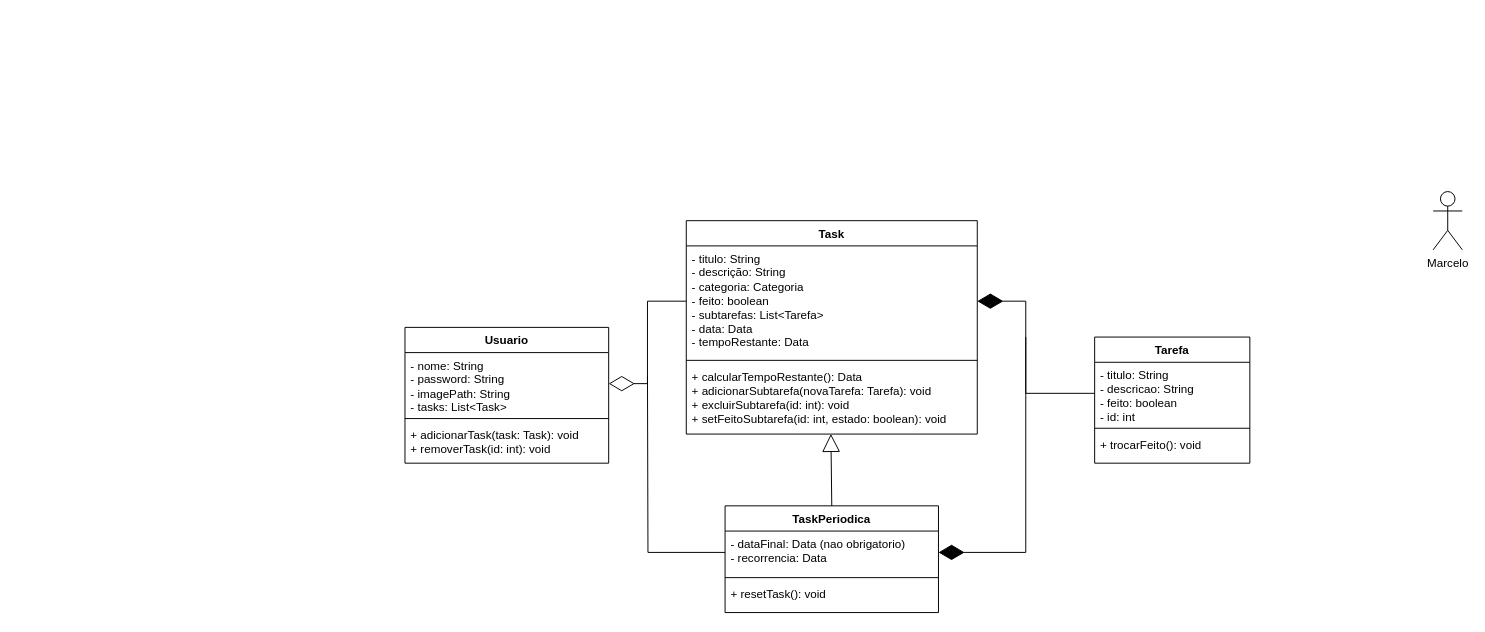
This is Diagrama UML - TaskIt.drawio from yaesetti/task-it, a draw.io file, before an edit. Source tidied: cells renumbered, new cells numbered last; positions are measured from the earlier drawing's top-left corner, leaving out a move shared by most shapes. Both pictures are drawn from the tidied source at 97%, with x=0, y=0 at pixel (404, 191).
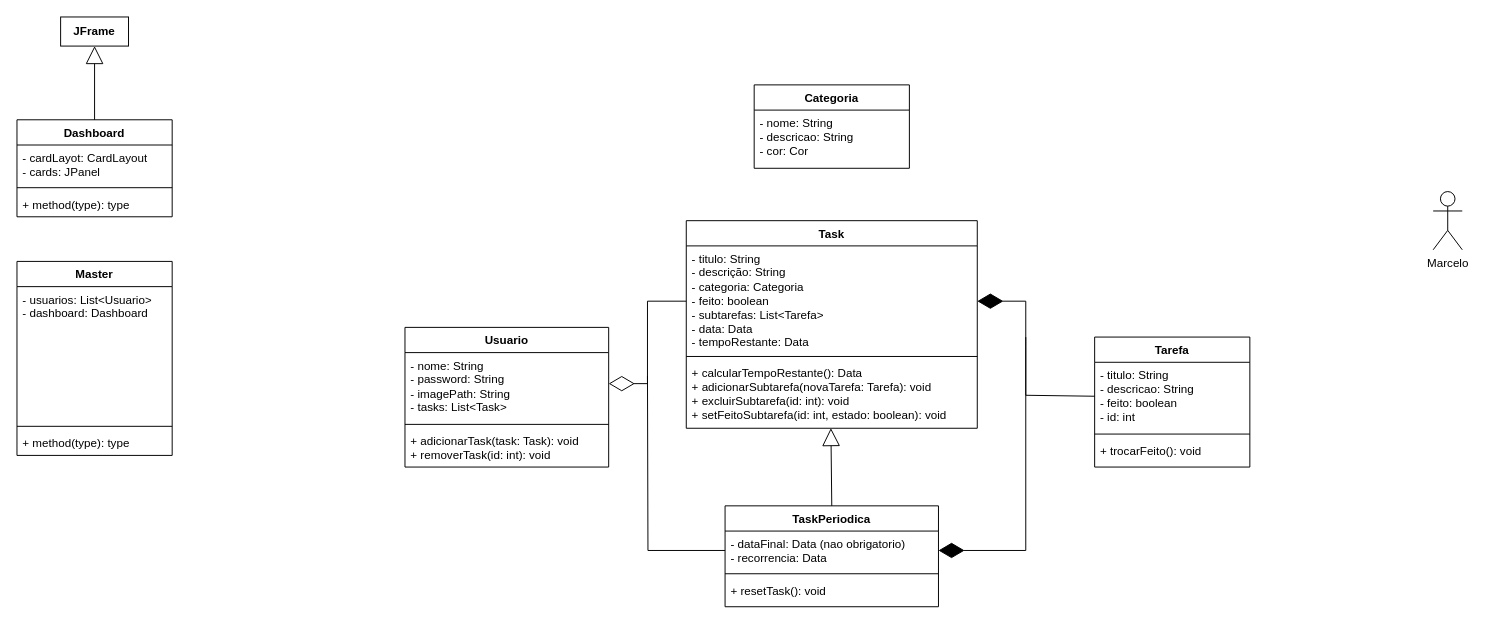
The same page after the edit.

Commit message:
Adicionando Dashboard e Master

Change to the diagram source:
```diff
@@
     <mxCell id="2" value="Task" style="swimlane;fontStyle=1;align=center;verticalAlign=top;horizontal=1;startSize=26;whiteSpace=wrap;html=1;" parent="1" vertex="1">
-      <mxGeometry x="290" y="30" width="300" height="220" as="geometry" />
+      <mxGeometry x="290" y="30" width="300" height="214" as="geometry" />
     </mxCell>
     <mxCell id="3" value="- titulo: String&lt;div&gt;- descrição: String&lt;/div&gt;&lt;div&gt;- categoria: Categoria&lt;/div&gt;&lt;div&gt;- feito: boolean&lt;/div&gt;&lt;div&gt;- subtarefas: List&amp;lt;Tarefa&amp;gt;&lt;/div&gt;&lt;div&gt;- data: Data&lt;/div&gt;&lt;div&gt;- tempoRestante: Data&lt;/div&gt;" style="text;strokeColor=none;fillColor=none;align=left;verticalAlign=top;spacingLeft=4;spacingRight=4;overflow=hidden;whiteSpace=wrap;html=1;" parent="2" vertex="1">
-      <mxGeometry y="26" width="300" height="114" as="geometry" />
+      <mxGeometry y="26" width="300" height="110" as="geometry" />
     </mxCell>
     <mxCell id="4" style="line;strokeWidth=1;fillColor=none;align=left;verticalAlign=middle;spacingTop=-1;spacingLeft=3;spacingRight=3;labelPosition=right;strokeColor=inherit;" parent="2" vertex="1">
-      <mxGeometry y="140" width="300" height="8" as="geometry" />
+      <mxGeometry y="136" width="300" height="8" as="geometry" />
     </mxCell>
     <mxCell id="5" value="&lt;div&gt;+ calcularTempoRestante(): Data&lt;/div&gt;&lt;div&gt;+ adicionarSubtarefa(novaTarefa: Tarefa): void&lt;/div&gt;&lt;div&gt;+ excluirSubtarefa(id: int): void&lt;/div&gt;&lt;div&gt;+ setFeitoSubtarefa(id: int, estado: boolean): void&lt;/div&gt;" style="text;strokeColor=none;fillColor=none;align=left;verticalAlign=top;spacingLeft=4;spacingRight=4;overflow=hidden;points=[[0,0.5],[1,0.5]];portConstraint=eastwest;whiteSpace=wrap;html=1;" parent="2" vertex="1">
-      <mxGeometry y="148" width="300" height="72" as="geometry" />
+      <mxGeometry y="144" width="300" height="70" as="geometry" />
     </mxCell>
     <mxCell id="6" value="Tarefa" style="swimlane;fontStyle=1;align=center;verticalAlign=top;horizontal=1;startSize=26;whiteSpace=wrap;html=1;" parent="1" vertex="1">
-      <mxGeometry x="711" y="150" width="160" height="130" as="geometry" />
+      <mxGeometry x="711" y="150" width="160" height="134" as="geometry" />
     </mxCell>
     <mxCell id="7" value="- titulo: String&lt;div&gt;- descricao: String&lt;/div&gt;&lt;div&gt;- feito: boolean&lt;/div&gt;&lt;div&gt;- id: int&lt;/div&gt;" style="text;strokeColor=none;fillColor=none;align=left;verticalAlign=top;spacingLeft=4;spacingRight=4;overflow=hidden;points=[[0,0.5],[1,0.5]];portConstraint=eastwest;whiteSpace=wrap;html=1;" parent="6" vertex="1">
-      <mxGeometry y="26" width="160" height="64" as="geometry" />
+      <mxGeometry y="26" width="160" height="70" as="geometry" />
     </mxCell>
     <mxCell id="8" style="line;strokeWidth=1;fillColor=none;align=left;verticalAlign=middle;spacingTop=-1;spacingLeft=3;spacingRight=3;labelPosition=right;strokeColor=inherit;" parent="6" vertex="1">
-      <mxGeometry y="90" width="160" height="8" as="geometry" />
+      <mxGeometry y="96" width="160" height="8" as="geometry" />
     </mxCell>
     <mxCell id="9" value="+ trocarFeito(): void" style="text;strokeColor=none;fillColor=none;align=left;verticalAlign=top;spacingLeft=4;spacingRight=4;overflow=hidden;whiteSpace=wrap;html=1;" parent="6" vertex="1">
-      <mxGeometry y="98" width="160" height="32" as="geometry" />
+      <mxGeometry y="104" width="160" height="30" as="geometry" />
     </mxCell>
     <mxCell id="10" value="TaskPeriodica" style="swimlane;fontStyle=1;align=center;verticalAlign=top;horizontal=1;startSize=26;whiteSpace=wrap;html=1;" parent="1" vertex="1">
-      <mxGeometry x="330" y="324" width="220" height="110" as="geometry" />
+      <mxGeometry x="330" y="324" width="220" height="104" as="geometry" />
     </mxCell>
@@
     <mxCell id="12" value="&lt;div&gt;&lt;span style=&quot;background-color: transparent; color: light-dark(rgb(0, 0, 0), rgb(255, 255, 255));&quot;&gt;- dataFinal: Data (nao obrigatorio)&lt;/span&gt;&lt;/div&gt;&lt;div&gt;&lt;span style=&quot;background-color: transparent; color: light-dark(rgb(0, 0, 0), rgb(255, 255, 255));&quot;&gt;- recorrencia: Data&lt;/span&gt;&lt;/div&gt;" style="text;strokeColor=none;fillColor=none;align=left;verticalAlign=top;spacingLeft=4;spacingRight=4;overflow=hidden;points=[[0,0.5],[1,0.5]];portConstraint=eastwest;whiteSpace=wrap;html=1;" parent="10" vertex="1">
-      <mxGeometry y="26" width="220" height="44" as="geometry" />
+      <mxGeometry y="26" width="220" height="40" as="geometry" />
     </mxCell>
     <mxCell id="13" style="line;strokeWidth=1;fillColor=none;align=left;verticalAlign=middle;spacingTop=-1;spacingLeft=3;spacingRight=3;labelPosition=right;strokeColor=inherit;" parent="10" vertex="1">
-      <mxGeometry y="70" width="220" height="8" as="geometry" />
+      <mxGeometry y="66" width="220" height="8" as="geometry" />
     </mxCell>
     <mxCell id="14" value="+ resetTask(): void" style="text;strokeColor=none;fillColor=none;align=left;verticalAlign=top;spacingLeft=4;spacingRight=4;overflow=hidden;whiteSpace=wrap;html=1;" parent="10" vertex="1">
-      <mxGeometry y="78" width="220" height="32" as="geometry" />
+      <mxGeometry y="74" width="220" height="30" as="geometry" />
     </mxCell>
@@
     <mxCell id="16" style="endArrow=diamondThin;endFill=1;endSize=24;html=1;rounded=0;entryX=1;entryY=0.5;entryDx=0;entryDy=0;strokeColor=default;exitX=0;exitY=0.5;exitDx=0;exitDy=0;" parent="1" edge="1" source="7">
       <mxGeometry relative="1" as="geometry">
         <mxPoint x="590" y="113" as="targetPoint" />
         <Array as="points">
-          <mxPoint x="640" y="208" />
+          <mxPoint x="640" y="210" />
           <mxPoint x="640" y="160" />
           <mxPoint x="640" y="113" />
         </Array>
       </mxGeometry>
     </mxCell>
     <mxCell id="17" style="endArrow=diamondThin;endFill=1;endSize=24;html=1;rounded=0;entryX=1;entryY=0.5;entryDx=0;entryDy=0;" parent="1" edge="1" target="12">
       <mxGeometry relative="1" as="geometry">
         <mxPoint x="640" y="150" as="sourcePoint" />
         <Array as="points">
-          <mxPoint x="640" y="210" />
-          <mxPoint x="640" y="372" />
+          <mxPoint x="640" y="370" />
         </Array>
       </mxGeometry>
     </mxCell>
     <mxCell id="18" value="Usuario" style="swimlane;fontStyle=1;align=center;verticalAlign=top;horizontal=1;startSize=26;whiteSpace=wrap;html=1;" parent="1" vertex="1">
-      <mxGeometry y="140" width="210" height="140" as="geometry" />
+      <mxGeometry y="140" width="210" height="144" as="geometry" />
     </mxCell>
     <mxCell id="19" value="&lt;div&gt;- nome: String&lt;/div&gt;&lt;div&gt;- password: String&lt;/div&gt;&lt;div&gt;- imagePath: String&lt;/div&gt;- tasks: List&amp;lt;Task&amp;gt;" style="text;strokeColor=none;fillColor=none;align=left;verticalAlign=top;spacingLeft=4;spacingRight=4;overflow=hidden;whiteSpace=wrap;html=1;" parent="18" vertex="1">
-      <mxGeometry y="26" width="210" height="64" as="geometry" />
+      <mxGeometry y="26" width="210" height="70" as="geometry" />
     </mxCell>
     <mxCell id="20" style="line;strokeWidth=1;fillColor=none;align=left;verticalAlign=middle;spacingTop=-1;spacingLeft=3;spacingRight=3;labelPosition=right;strokeColor=inherit;" parent="18" vertex="1">
-      <mxGeometry y="90" width="210" height="8" as="geometry" />
+      <mxGeometry y="96" width="210" height="8" as="geometry" />
     </mxCell>
     <mxCell id="21" value="+ adicionarTask(task: Task): void&lt;div&gt;+ removerTask(id: int): void&lt;/div&gt;" style="text;strokeColor=none;fillColor=none;align=left;verticalAlign=top;spacingLeft=4;spacingRight=4;overflow=hidden;whiteSpace=wrap;html=1;" parent="18" vertex="1">
-      <mxGeometry y="98" width="210" height="42" as="geometry" />
+      <mxGeometry y="104" width="210" height="40" as="geometry" />
     </mxCell>
@@
+    <mxCell id="24" value="Categoria" style="swimlane;fontStyle=1;align=center;verticalAlign=top;horizontal=1;startSize=26;whiteSpace=wrap;html=1;" parent="1" vertex="1">
+      <mxGeometry x="360" y="-110" width="160" height="86" as="geometry" />
+    </mxCell>
+    <mxCell id="25" value="- nome: String&lt;div&gt;- descricao: String&lt;/div&gt;&lt;div&gt;- cor: Cor&lt;/div&gt;" style="text;strokeColor=none;fillColor=none;align=left;verticalAlign=top;spacingLeft=4;spacingRight=4;overflow=hidden;whiteSpace=wrap;html=1;" parent="24" vertex="1">
+      <mxGeometry y="26" width="160" height="60" as="geometry" />
+    </mxCell>
+    <mxCell id="26" value="Master" style="swimlane;fontStyle=1;align=center;verticalAlign=top;horizontal=1;startSize=26;whiteSpace=wrap;html=1;" parent="1" vertex="1">
+      <mxGeometry x="-400" y="72" width="160" height="200" as="geometry" />
+    </mxCell>
+    <mxCell id="27" value="- usuarios: List&amp;lt;Usuario&amp;gt;&lt;div&gt;- dashboard: Dashboard&lt;/div&gt;&lt;div&gt;&lt;br&gt;&lt;/div&gt;&lt;div&gt;&lt;br&gt;&lt;/div&gt;&lt;div&gt;&lt;br&gt;&lt;/div&gt;&lt;div&gt;&lt;br&gt;&lt;/div&gt;&lt;div&gt;&lt;br&gt;&lt;/div&gt;&lt;div&gt;&lt;br&gt;&lt;/div&gt;&lt;div&gt;&lt;br&gt;&lt;/div&gt;&lt;div&gt;&lt;br&gt;&lt;/div&gt;" style="text;strokeColor=none;fillColor=none;align=left;verticalAlign=top;spacingLeft=4;spacingRight=4;overflow=hidden;whiteSpace=wrap;html=1;" parent="26" vertex="1">
+      <mxGeometry y="26" width="160" height="140" as="geometry" />
+    </mxCell>
+    <mxCell id="28" style="line;strokeWidth=1;fillColor=none;align=left;verticalAlign=middle;spacingTop=-1;spacingLeft=3;spacingRight=3;labelPosition=right;strokeColor=inherit;" parent="26" vertex="1">
+      <mxGeometry y="166" width="160" height="8" as="geometry" />
+    </mxCell>
+    <mxCell id="29" value="+ method(type): type" style="text;strokeColor=none;fillColor=none;align=left;verticalAlign=top;spacingLeft=4;spacingRight=4;overflow=hidden;whiteSpace=wrap;html=1;" parent="26" vertex="1">
+      <mxGeometry y="174" width="160" height="26" as="geometry" />
+    </mxCell>
+    <mxCell id="30" value="Dashboard" style="swimlane;fontStyle=1;align=center;verticalAlign=top;horizontal=1;startSize=26;whiteSpace=wrap;html=1;" parent="1" vertex="1">
+      <mxGeometry x="-400" y="-74" width="160" height="100" as="geometry" />
+    </mxCell>
+    <mxCell id="31" value="- cardLayot: CardLayout&lt;div&gt;- cards: JPanel&lt;/div&gt;" style="text;strokeColor=none;fillColor=none;align=left;verticalAlign=top;spacingLeft=4;spacingRight=4;overflow=hidden;whiteSpace=wrap;html=1;" parent="30" vertex="1">
+      <mxGeometry y="26" width="160" height="40" as="geometry" />
+    </mxCell>
+    <mxCell id="32" style="line;strokeWidth=1;fillColor=none;align=left;verticalAlign=middle;spacingTop=-1;spacingLeft=3;spacingRight=3;labelPosition=right;strokeColor=inherit;" parent="30" vertex="1">
+      <mxGeometry y="66" width="160" height="8" as="geometry" />
+    </mxCell>
+    <mxCell id="33" value="+ method(type): type" style="text;strokeColor=none;fillColor=none;align=left;verticalAlign=top;spacingLeft=4;spacingRight=4;overflow=hidden;whiteSpace=wrap;html=1;" parent="30" vertex="1">
+      <mxGeometry y="74" width="160" height="26" as="geometry" />
+    </mxCell>
+    <mxCell id="34" value="&lt;b&gt;JFrame&lt;/b&gt;" style="html=1;whiteSpace=wrap;" parent="1" vertex="1">
+      <mxGeometry x="-355" y="-180" width="70" height="30" as="geometry" />
+    </mxCell>
+    <mxCell id="35" style="endArrow=block;endSize=16;endFill=0;html=1;rounded=0;exitX=0.5;exitY=0;exitDx=0;exitDy=0;entryX=0.5;entryY=1;entryDx=0;entryDy=0;" parent="1" edge="1" source="30" target="34">
+      <mxGeometry relative="1" as="geometry" />
+    </mxCell>
```
